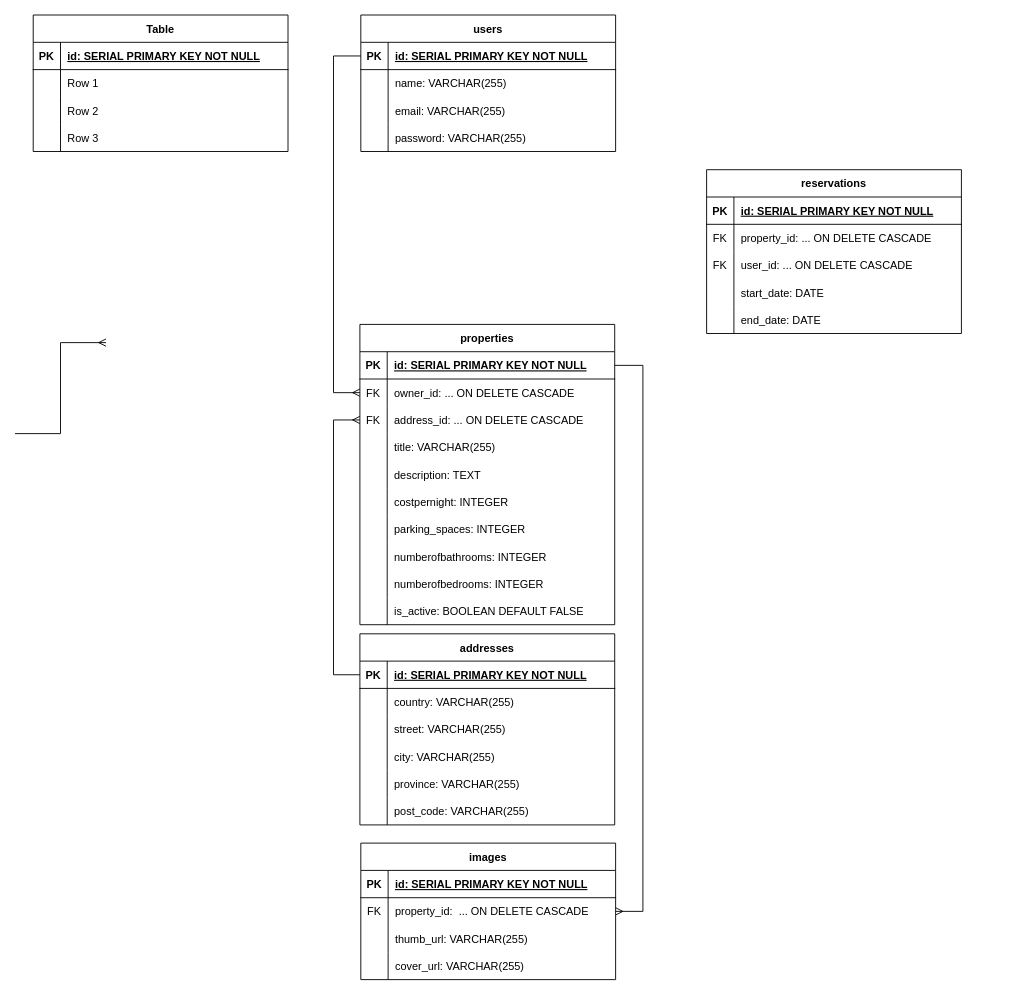
Earlier version of the draw.io diagram sql/erd/LightBnB.drawio (navycuda/LightBnb). Source tidied: cells renumbered, new cells numbered last; positions are measured from the earlier drawing's top-left corner, leaving out a move shared by most shapes. Both pictures are drawn from the tidied source at 91%, with x=0, y=0 at pixel (15, 15).
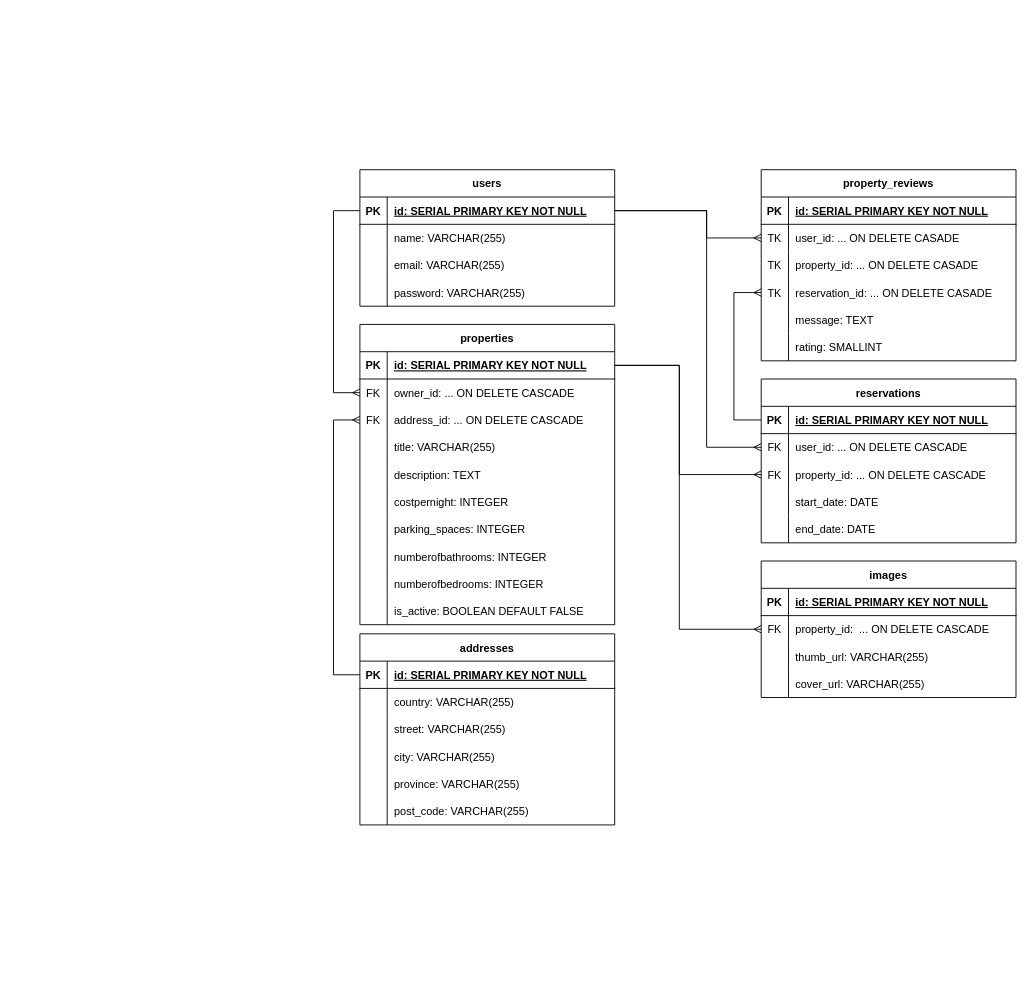
Above is the later version.

Commit message:
Design erd

Unchanged cells that the change refers to:
```xml
<mxCell id="17" style="shape=tableRow;horizontal=0;startSize=0;swimlaneHead=0;swimlaneBody=0;fillColor=none;points=[[0,0.5],[1,0.5]];portConstraint=eastwest;top=0;left=0;right=0;bottom=1;" parent="16" vertex="1">
  <mxGeometry y="30" width="280" height="30" as="geometry" />
</mxCell>
<mxCell id="30" style="shape=tableRow;horizontal=0;startSize=0;swimlaneHead=0;swimlaneBody=0;fillColor=none;points=[[0,0.5],[1,0.5]];portConstraint=eastwest;top=0;left=0;right=0;bottom=1;" parent="29" vertex="1">
  <mxGeometry y="30" width="280" height="30" as="geometry" />
</mxCell>
<mxCell id="64" style="shape=tableRow;horizontal=0;startSize=0;swimlaneHead=0;swimlaneBody=0;fillColor=none;points=[[0,0.5],[1,0.5]];portConstraint=eastwest;top=0;left=0;right=0;bottom=0;" parent="60" vertex="1">
  <mxGeometry y="60" width="280" height="30" as="geometry" />
</mxCell>
<mxCell id="96" style="shape=tableRow;horizontal=0;startSize=0;swimlaneHead=0;swimlaneBody=0;fillColor=none;points=[[0,0.5],[1,0.5]];portConstraint=eastwest;top=0;left=0;right=0;bottom=1;" parent="95" vertex="1">
  <mxGeometry y="30" width="280" height="30" as="geometry" />
</mxCell>
```

Change to the diagram source:
```diff
@@
-    <mxCell id="2" value="Table" style="shape=table;startSize=30;childLayout=tableLayout;rowLines=0;fontStyle=1;align=center;" parent="1" vertex="1">
-      <mxGeometry x="20" width="280" height="150" as="geometry" />
-    </mxCell>
-    <mxCell id="3" style="shape=tableRow;horizontal=0;startSize=0;swimlaneHead=0;swimlaneBody=0;fillColor=none;top=0;left=0;right=0;bottom=1;" parent="2" vertex="1">
-      <mxGeometry y="30" width="280" height="30" as="geometry" />
-    </mxCell>
-    <mxCell id="4" value="PK" style="shape=partialRectangle;fillColor=none;top=0;left=0;bottom=0;right=0;fontStyle=1;overflow=hidden;" parent="3" vertex="1">
-      <mxGeometry width="30" height="30" as="geometry" />
-    </mxCell>
-    <mxCell id="5" value="id: SERIAL PRIMARY KEY NOT NULL" style="shape=partialRectangle;fillColor=none;top=0;left=0;bottom=0;right=0;align=left;spacingLeft=6;fontStyle=5;overflow=hidden;" parent="3" vertex="1">
-      <mxGeometry x="30" width="250" height="30" as="geometry" />
-    </mxCell>
-    <mxCell id="6" style="shape=tableRow;horizontal=0;startSize=0;swimlaneHead=0;swimlaneBody=0;fillColor=none;points=[[0,0.5],[1,0.5]];portConstraint=eastwest;top=0;left=0;right=0;bottom=0;" parent="2" vertex="1">
-      <mxGeometry y="60" width="280" height="30" as="geometry" />
-    </mxCell>
-    <mxCell id="7" style="shape=partialRectangle;fillColor=none;top=0;left=0;bottom=0;right=0;overflow=hidden;" parent="6" vertex="1">
-      <mxGeometry width="30" height="30" as="geometry" />
-    </mxCell>
-    <mxCell id="8" value="Row 1" style="shape=partialRectangle;fillColor=none;top=0;left=0;bottom=0;right=0;align=left;spacingLeft=6;overflow=hidden;" parent="6" vertex="1">
-      <mxGeometry x="30" width="250" height="30" as="geometry" />
-    </mxCell>
-    <mxCell id="9" style="shape=tableRow;horizontal=0;startSize=0;swimlaneHead=0;swimlaneBody=0;fillColor=none;top=0;left=0;right=0;bottom=0;" parent="2" vertex="1">
-      <mxGeometry y="90" width="280" height="30" as="geometry" />
-    </mxCell>
-    <mxCell id="10" style="shape=partialRectangle;fillColor=none;top=0;left=0;bottom=0;right=0;overflow=hidden;" parent="9" vertex="1">
-      <mxGeometry width="30" height="30" as="geometry" />
-    </mxCell>
-    <mxCell id="11" value="Row 2" style="shape=partialRectangle;fillColor=none;top=0;left=0;bottom=0;right=0;align=left;spacingLeft=6;overflow=hidden;" parent="9" vertex="1">
-      <mxGeometry x="30" width="250" height="30" as="geometry" />
-    </mxCell>
-    <mxCell id="12" style="shape=tableRow;horizontal=0;startSize=0;swimlaneHead=0;swimlaneBody=0;fillColor=none;points=[[0,0.5],[1,0.5]];portConstraint=eastwest;top=0;left=0;right=0;bottom=0;" parent="2" vertex="1">
-      <mxGeometry y="120" width="280" height="30" as="geometry" />
-    </mxCell>
-    <mxCell id="13" style="shape=partialRectangle;fillColor=none;top=0;left=0;bottom=0;right=0;overflow=hidden;" parent="12" vertex="1">
-      <mxGeometry width="30" height="30" as="geometry" />
-    </mxCell>
-    <mxCell id="14" value="Row 3" style="shape=partialRectangle;fillColor=none;top=0;left=0;bottom=0;right=0;align=left;spacingLeft=6;overflow=hidden;" parent="12" vertex="1">
-      <mxGeometry x="30" width="250" height="30" as="geometry" />
-    </mxCell>
-    <mxCell id="15" style="edgeStyle=elbowEdgeStyle;fontSize=12;html=1;endArrow=ERmany;rounded=0;" parent="1" edge="1">
+    <mxCell id="15" style="edgeStyle=elbowEdgeStyle;fontSize=12;html=1;endArrow=ERmany;rounded=0;entryX=0;entryY=0.5;entryDx=0;entryDy=0;exitX=1;exitY=0.5;exitDx=0;exitDy=0;" parent="1" edge="1" source="30" target="64">
       <mxGeometry relative="1" as="geometry">
-        <mxPoint y="460" as="sourcePoint" />
-        <mxPoint x="100" y="360" as="targetPoint" />
+        <Array as="points">
+          <mxPoint x="730" y="530" />
+        </Array>
       </mxGeometry>
     </mxCell>
     <mxCell id="16" value="users" style="shape=table;startSize=30;childLayout=tableLayout;rowLines=0;fontStyle=1;align=center;" parent="1" vertex="1">
-      <mxGeometry x="380" width="280" height="150" as="geometry" />
+      <mxGeometry x="379" y="170" width="280" height="150" as="geometry" />
     </mxCell>
@@
     <mxCell id="60" value="images" style="shape=table;startSize=30;childLayout=tableLayout;rowLines=0;fontStyle=1;align=center;" parent="1" vertex="1">
-      <mxGeometry x="380" y="910" width="280" height="150" as="geometry" />
+      <mxGeometry x="820" y="600" width="280" height="150" as="geometry" />
     </mxCell>
@@
-    <mxCell id="73" style="edgeStyle=elbowEdgeStyle;fontSize=12;html=1;endArrow=ERmany;rounded=0;entryX=1;entryY=0.5;entryDx=0;entryDy=0;exitX=1;exitY=0.5;exitDx=0;exitDy=0;" parent="1" edge="1" source="30" target="64">
-      <mxGeometry relative="1" as="geometry">
-        <Array as="points">
-          <mxPoint x="690" y="690" />
-        </Array>
-      </mxGeometry>
-    </mxCell>
@@
     <mxCell id="95" value="reservations" style="shape=table;startSize=30;childLayout=tableLayout;rowLines=0;fontStyle=1;align=center;" parent="1" vertex="1">
-      <mxGeometry x="760" y="170" width="280" height="180" as="geometry" />
+      <mxGeometry x="820" y="400" width="280" height="180" as="geometry" />
     </mxCell>
@@
+    <mxCell id="102" style="shape=tableRow;horizontal=0;startSize=0;swimlaneHead=0;swimlaneBody=0;fillColor=none;points=[[0,0.5],[1,0.5]];portConstraint=eastwest;top=0;left=0;right=0;bottom=0;" parent="95" vertex="1">
+      <mxGeometry y="60" width="280" height="30" as="geometry" />
+    </mxCell>
+    <mxCell id="103" value="FK" style="shape=partialRectangle;fillColor=none;top=0;left=0;bottom=0;right=0;overflow=hidden;" parent="102" vertex="1">
+      <mxGeometry width="30" height="30" as="geometry" />
+    </mxCell>
+    <mxCell id="104" value="user_id: ... ON DELETE CASCADE" style="shape=partialRectangle;fillColor=none;top=0;left=0;bottom=0;right=0;align=left;spacingLeft=6;overflow=hidden;" parent="102" vertex="1">
+      <mxGeometry x="30" width="250" height="30" as="geometry" />
+    </mxCell>
     <mxCell id="99" style="shape=tableRow;horizontal=0;startSize=0;swimlaneHead=0;swimlaneBody=0;fillColor=none;points=[[0,0.5],[1,0.5]];portConstraint=eastwest;top=0;left=0;right=0;bottom=0;" parent="95" vertex="1">
-      <mxGeometry y="60" width="280" height="30" as="geometry" />
+      <mxGeometry y="90" width="280" height="30" as="geometry" />
     </mxCell>
@@
-    <mxCell id="102" style="shape=tableRow;horizontal=0;startSize=0;swimlaneHead=0;swimlaneBody=0;fillColor=none;points=[[0,0.5],[1,0.5]];portConstraint=eastwest;top=0;left=0;right=0;bottom=0;" parent="95" vertex="1">
-      <mxGeometry y="90" width="280" height="30" as="geometry" />
-    </mxCell>
-    <mxCell id="103" value="FK" style="shape=partialRectangle;fillColor=none;top=0;left=0;bottom=0;right=0;overflow=hidden;" parent="102" vertex="1">
-      <mxGeometry width="30" height="30" as="geometry" />
-    </mxCell>
-    <mxCell id="104" value="user_id: ... ON DELETE CASCADE" style="shape=partialRectangle;fillColor=none;top=0;left=0;bottom=0;right=0;align=left;spacingLeft=6;overflow=hidden;" parent="102" vertex="1">
-      <mxGeometry x="30" width="250" height="30" as="geometry" />
-    </mxCell>
@@
+    <mxCell id="111" value="property_reviews" style="shape=table;startSize=30;childLayout=tableLayout;rowLines=0;fontStyle=1;align=center;" parent="1" vertex="1">
+      <mxGeometry x="820" y="170" width="280" height="210" as="geometry" />
+    </mxCell>
+    <mxCell id="3" style="shape=tableRow;horizontal=0;startSize=0;swimlaneHead=0;swimlaneBody=0;fillColor=none;top=0;left=0;right=0;bottom=1;" parent="111" vertex="1">
+      <mxGeometry y="30" width="280" height="30" as="geometry" />
+    </mxCell>
+    <mxCell id="4" value="PK" style="shape=partialRectangle;fillColor=none;top=0;left=0;bottom=0;right=0;fontStyle=1;overflow=hidden;" parent="3" vertex="1">
+      <mxGeometry width="30" height="30" as="geometry" />
+    </mxCell>
+    <mxCell id="5" value="id: SERIAL PRIMARY KEY NOT NULL" style="shape=partialRectangle;fillColor=none;top=0;left=0;bottom=0;right=0;align=left;spacingLeft=6;fontStyle=5;overflow=hidden;" parent="3" vertex="1">
+      <mxGeometry x="30" width="250" height="30" as="geometry" />
+    </mxCell>
+    <mxCell id="6" style="shape=tableRow;horizontal=0;startSize=0;swimlaneHead=0;swimlaneBody=0;fillColor=none;points=[[0,0.5],[1,0.5]];portConstraint=eastwest;top=0;left=0;right=0;bottom=0;" parent="111" vertex="1">
+      <mxGeometry y="60" width="280" height="30" as="geometry" />
+    </mxCell>
+    <mxCell id="112" value="TK" style="shape=partialRectangle;fillColor=none;top=0;left=0;bottom=0;right=0;overflow=hidden;" parent="6" vertex="1">
+      <mxGeometry width="30" height="30" as="geometry" />
+    </mxCell>
+    <mxCell id="113" value="user_id: ... ON DELETE CASADE" style="shape=partialRectangle;fillColor=none;top=0;left=0;bottom=0;right=0;align=left;spacingLeft=6;overflow=hidden;" parent="6" vertex="1">
+      <mxGeometry x="30" width="250" height="30" as="geometry" />
+    </mxCell>
+    <mxCell id="9" style="shape=tableRow;horizontal=0;startSize=0;swimlaneHead=0;swimlaneBody=0;fillColor=none;top=0;left=0;right=0;bottom=0;" parent="111" vertex="1">
+      <mxGeometry y="90" width="280" height="30" as="geometry" />
+    </mxCell>
+    <mxCell id="114" value="TK" style="shape=partialRectangle;fillColor=none;top=0;left=0;bottom=0;right=0;overflow=hidden;" parent="9" vertex="1">
+      <mxGeometry width="30" height="30" as="geometry" />
+    </mxCell>
+    <mxCell id="115" value="property_id: ... ON DELETE CASADE" style="shape=partialRectangle;fillColor=none;top=0;left=0;bottom=0;right=0;align=left;spacingLeft=6;overflow=hidden;" parent="9" vertex="1">
+      <mxGeometry x="30" width="250" height="30" as="geometry" />
+    </mxCell>
+    <mxCell id="12" style="shape=tableRow;horizontal=0;startSize=0;swimlaneHead=0;swimlaneBody=0;fillColor=none;points=[[0,0.5],[1,0.5]];portConstraint=eastwest;top=0;left=0;right=0;bottom=0;" parent="111" vertex="1">
+      <mxGeometry y="120" width="280" height="30" as="geometry" />
+    </mxCell>
+    <mxCell id="116" value="TK" style="shape=partialRectangle;fillColor=none;top=0;left=0;bottom=0;right=0;overflow=hidden;" parent="12" vertex="1">
+      <mxGeometry width="30" height="30" as="geometry" />
+    </mxCell>
+    <mxCell id="117" value="reservation_id: ... ON DELETE CASADE" style="shape=partialRectangle;fillColor=none;top=0;left=0;bottom=0;right=0;align=left;spacingLeft=6;overflow=hidden;" parent="12" vertex="1">
+      <mxGeometry x="30" width="250" height="30" as="geometry" />
+    </mxCell>
+    <mxCell id="118" style="shape=tableRow;horizontal=0;startSize=0;swimlaneHead=0;swimlaneBody=0;fillColor=none;top=0;left=0;right=0;bottom=0;" parent="111" vertex="1">
+      <mxGeometry y="150" width="280" height="30" as="geometry" />
+    </mxCell>
+    <mxCell id="119" style="shape=partialRectangle;fillColor=none;top=0;left=0;bottom=0;right=0;overflow=hidden;" parent="118" vertex="1">
+      <mxGeometry width="30" height="30" as="geometry" />
+    </mxCell>
+    <mxCell id="120" value="message: TEXT" style="shape=partialRectangle;fillColor=none;top=0;left=0;bottom=0;right=0;align=left;spacingLeft=6;overflow=hidden;" parent="118" vertex="1">
+      <mxGeometry x="30" width="250" height="30" as="geometry" />
+    </mxCell>
+    <mxCell id="121" style="shape=tableRow;horizontal=0;startSize=0;swimlaneHead=0;swimlaneBody=0;fillColor=none;top=0;left=0;right=0;bottom=0;" parent="111" vertex="1">
+      <mxGeometry y="180" width="280" height="30" as="geometry" />
+    </mxCell>
+    <mxCell id="122" style="shape=partialRectangle;fillColor=none;top=0;left=0;bottom=0;right=0;overflow=hidden;" parent="121" vertex="1">
+      <mxGeometry width="30" height="30" as="geometry" />
+    </mxCell>
+    <mxCell id="123" value="rating: SMALLINT" style="shape=partialRectangle;fillColor=none;top=0;left=0;bottom=0;right=0;align=left;spacingLeft=6;overflow=hidden;" parent="121" vertex="1">
+      <mxGeometry x="30" width="250" height="30" as="geometry" />
+    </mxCell>
+    <mxCell id="124" style="edgeStyle=elbowEdgeStyle;fontSize=12;html=1;endArrow=ERmany;rounded=0;entryX=0;entryY=0.5;entryDx=0;entryDy=0;exitX=1;exitY=0.5;exitDx=0;exitDy=0;" parent="1" edge="1" source="17" target="6">
+      <mxGeometry relative="1" as="geometry">
+        <Array as="points">
+          <mxPoint x="760" y="230" />
+        </Array>
+      </mxGeometry>
+    </mxCell>
+    <mxCell id="125" style="edgeStyle=elbowEdgeStyle;fontSize=12;html=1;endArrow=ERmany;rounded=0;entryX=0;entryY=0.5;entryDx=0;entryDy=0;exitX=0;exitY=0.5;exitDx=0;exitDy=0;" parent="1" edge="1" source="96" target="12">
+      <mxGeometry relative="1" as="geometry">
+        <Array as="points">
+          <mxPoint x="790" y="370" />
+        </Array>
+      </mxGeometry>
+    </mxCell>
+    <mxCell id="126" style="edgeStyle=elbowEdgeStyle;fontSize=12;html=1;endArrow=ERmany;rounded=0;entryX=0;entryY=0.5;entryDx=0;entryDy=0;exitX=1;exitY=0.5;exitDx=0;exitDy=0;" parent="1" edge="1" source="17" target="102">
+      <mxGeometry relative="1" as="geometry">
+        <Array as="points">
+          <mxPoint x="760" y="350" />
+        </Array>
+      </mxGeometry>
+    </mxCell>
+    <mxCell id="127" style="edgeStyle=elbowEdgeStyle;fontSize=12;html=1;endArrow=ERmany;rounded=0;entryX=0;entryY=0.5;entryDx=0;entryDy=0;exitX=1;exitY=0.5;exitDx=0;exitDy=0;" parent="1" edge="1" source="30" target="99">
+      <mxGeometry relative="1" as="geometry">
+        <Array as="points">
+          <mxPoint x="730" y="450" />
+        </Array>
+      </mxGeometry>
+    </mxCell>
```
